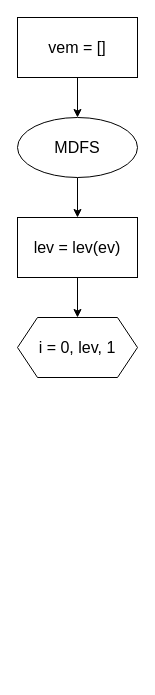
The draw.io diagram MetaGtoG.drawio in DMfananddu/MAG_Diploma, before the edit. Source tidied: cells renumbered, new cells numbered last; positions are measured from the earlier drawing's top-left corner, leaving out a move shared by most shapes. Both pictures are drawn from the tidied source at 100%, with x=0, y=0 at pixel (17, 17).
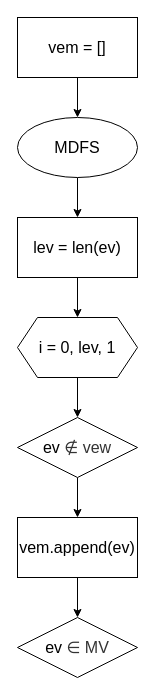
The same diagram, later.

Change to the diagram source:
```diff
@@
 <mxGraphModel>
   <root>
     <mxCell id="0" />
     <mxCell id="1" parent="0" />
     <mxCell id="2" style="edgeStyle=orthogonalEdgeStyle;rounded=0;jettySize=auto;html=1;exitX=0.5;exitY=1;exitDx=0;exitDy=0;entryX=0.5;entryY=0;entryDx=0;entryDy=0;fontSize=16;" parent="1" edge="1" source="8" target="5">
       <mxGeometry relative="1" as="geometry" />
     </mxCell>
     <mxCell id="3" style="edgeStyle=orthogonalEdgeStyle;rounded=0;jettySize=auto;html=1;exitX=0.5;exitY=1;exitDx=0;exitDy=0;entryX=0.5;entryY=0;entryDx=0;entryDy=0;fontSize=16;" parent="1" edge="1" source="4" target="8">
       <mxGeometry relative="1" as="geometry" />
     </mxCell>
     <mxCell id="4" value="MDFS" style="ellipse;whiteSpace=wrap;html=1;fontSize=16;" parent="1" vertex="1">
       <mxGeometry y="100" width="120" height="60" as="geometry" />
     </mxCell>
+    <mxCell id="9" style="edgeStyle=orthogonalEdgeStyle;rounded=0;jettySize=auto;html=1;exitX=0.5;exitY=1;exitDx=0;exitDy=0;fontSize=16;entryX=0.5;entryY=0;entryDx=0;entryDy=0;" parent="1" edge="1" source="5" target="11">
+      <mxGeometry relative="1" as="geometry" />
+    </mxCell>
     <mxCell id="5" value="i = 0, lev, 1" style="shape=hexagon;perimeter=hexagonPerimeter2;whiteSpace=wrap;html=1;fixedSize=1;fontSize=16;" parent="1" vertex="1">
       <mxGeometry y="300" width="120" height="60" as="geometry" />
     </mxCell>
     <mxCell id="6" style="edgeStyle=orthogonalEdgeStyle;rounded=0;jettySize=auto;html=1;exitX=0.5;exitY=1;exitDx=0;exitDy=0;entryX=0.5;entryY=0;entryDx=0;entryDy=0;fontSize=16;" parent="1" edge="1" source="7" target="4">
       <mxGeometry relative="1" as="geometry" />
     </mxCell>
     <mxCell id="7" value="vem = []" style="rounded=0;whiteSpace=wrap;html=1;fontSize=16;" parent="1" vertex="1">
       <mxGeometry width="120" height="60" as="geometry" />
     </mxCell>
-    <mxCell id="8" value="lev = lev(ev)" style="rounded=0;whiteSpace=wrap;html=1;fontSize=16;" parent="1" vertex="1">
+    <mxCell id="8" value="lev = len(ev)" style="rounded=0;whiteSpace=wrap;html=1;fontSize=16;" parent="1" vertex="1">
       <mxGeometry y="200" width="120" height="60" as="geometry" />
     </mxCell>
+    <mxCell id="10" style="edgeStyle=orthogonalEdgeStyle;rounded=0;jettySize=auto;html=1;exitX=0.5;exitY=1;exitDx=0;exitDy=0;fontFamily=Helvetica;fontSize=16;entryX=0.5;entryY=0;entryDx=0;entryDy=0;" parent="1" edge="1" source="11" target="13">
+      <mxGeometry relative="1" as="geometry" />
+    </mxCell>
+    <mxCell id="11" value="&lt;font style=&quot;font-size: 16px;&quot;&gt;ev&amp;nbsp;&lt;span style=&quot;color: rgb(51, 51, 51); text-align: start; background-color: rgb(255, 255, 255);&quot;&gt;∉&lt;/span&gt;&lt;span style=&quot;color: rgb(51, 51, 51); text-align: start; background-color: rgb(255, 255, 255);&quot;&gt;&amp;nbsp;vew&lt;/span&gt;&lt;/font&gt;" style="rhombus;whiteSpace=wrap;html=1;fontSize=16;" parent="1" vertex="1">
+      <mxGeometry y="400" width="120" height="60" as="geometry" />
+    </mxCell>
+    <mxCell id="12" style="edgeStyle=orthogonalEdgeStyle;rounded=0;jettySize=auto;html=1;exitX=0.5;exitY=1;exitDx=0;exitDy=0;entryX=0.5;entryY=0;entryDx=0;entryDy=0;fontFamily=Helvetica;fontSize=16;" parent="1" edge="1" source="13" target="14">
+      <mxGeometry relative="1" as="geometry" />
+    </mxCell>
+    <mxCell id="13" value="vem.append(ev)" style="rounded=0;whiteSpace=wrap;html=1;fontFamily=Helvetica;fontSize=16;" parent="1" vertex="1">
+      <mxGeometry y="500" width="120" height="60" as="geometry" />
+    </mxCell>
+    <mxCell id="14" value="&lt;font style=&quot;font-size: 16px;&quot;&gt;ev&amp;nbsp;&lt;span style=&quot;color: rgb(51, 51, 51); text-align: start; background-color: rgb(255, 255, 255);&quot;&gt;∈ MV&lt;/span&gt;&lt;/font&gt;" style="rhombus;whiteSpace=wrap;html=1;fontSize=16;" parent="1" vertex="1">
+      <mxGeometry y="600" width="120" height="60" as="geometry" />
+    </mxCell>
   </root>
 </mxGraphModel>
```
